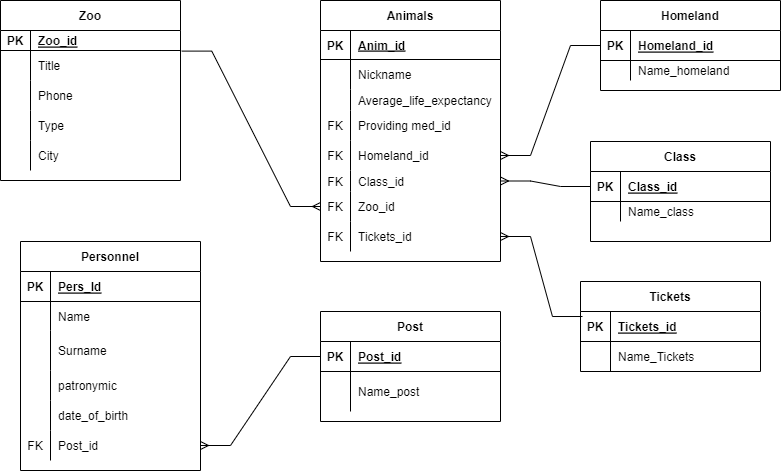
This is Lab3.drawio.png from 777888111192992/KiyoshiM, a draw.io export, as it was before one commit. Source tidied: cells renumbered, new cells last; positions are measured from the earlier drawing's top-left corner, leaving out a move shared by most shapes.
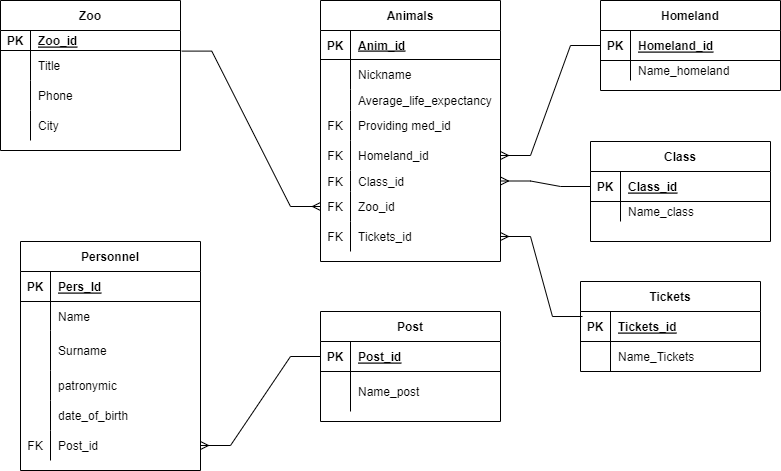
The same diagram one commit later.

Diff of the diagram source:
```diff
@@ -135,7 +135,7 @@
       <mxGeometry x="30" width="150" height="30" as="geometry" />
     </mxCell>
     <mxCell id="46" value="Zoo" style="shape=table;startSize=30;rowLines=0;fontStyle=1;align=center;" parent="1" vertex="1">
-      <mxGeometry width="180" height="180" as="geometry" />
+      <mxGeometry width="180" height="150" as="geometry" />
     </mxCell>
     <mxCell id="47" style="shape=tableRow;horizontal=0;startSize=0;swimlaneHead=0;swimlaneBody=0;fillColor=none;points=[[0,0.5],[1,0.5]];portConstraint=eastwest;top=0;left=0;right=0;bottom=1;" parent="46" vertex="1">
       <mxGeometry y="30" width="180" height="20" as="geometry" />
@@ -164,17 +164,8 @@
     <mxCell id="55" value="Phone" style="shape=partialRectangle;fillColor=none;top=0;left=0;bottom=0;right=0;align=left;spacingLeft=6;overflow=hidden;" parent="53" vertex="1">
       <mxGeometry x="30" width="150" height="30" as="geometry" />
     </mxCell>
-    <mxCell id="56" style="shape=tableRow;horizontal=0;startSize=0;swimlaneHead=0;swimlaneBody=0;fillColor=none;top=0;left=0;right=0;bottom=0;" parent="46" vertex="1">
-      <mxGeometry y="110" width="180" height="30" as="geometry" />
-    </mxCell>
-    <mxCell id="57" style="shape=partialRectangle;fillColor=none;top=0;left=0;bottom=0;right=0;overflow=hidden;" parent="56" vertex="1">
-      <mxGeometry width="30" height="30" as="geometry" />
-    </mxCell>
-    <mxCell id="58" value="Type" style="shape=partialRectangle;fillColor=none;top=0;left=0;bottom=0;right=0;align=left;spacingLeft=6;overflow=hidden;" parent="56" vertex="1">
-      <mxGeometry x="30" width="150" height="30" as="geometry" />
-    </mxCell>
     <mxCell id="59" style="shape=tableRow;horizontal=0;startSize=0;swimlaneHead=0;swimlaneBody=0;fillColor=none;top=0;left=0;right=0;bottom=0;" parent="46" vertex="1">
-      <mxGeometry y="140" width="180" height="30" as="geometry" />
+      <mxGeometry y="110" width="180" height="30" as="geometry" />
     </mxCell>
     <mxCell id="60" style="shape=partialRectangle;fillColor=none;top=0;left=0;bottom=0;right=0;overflow=hidden;" parent="59" vertex="1">
       <mxGeometry width="30" height="30" as="geometry" />
```
